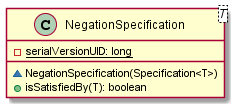
Before: malokhvii-eduard/malokhvii05/doc/plantuml/png/ua.khpi.oop.malokhvii05.common.specification.NegationSpecification.png, a diagram exported from PlantUML (P-Kalin/kit26a). Source of this version:
```plantuml
@startuml

    class NegationSpecification<T> {
        {static} -serialVersionUID: long
        ~NegationSpecification(Specification<T>)
        +isSatisfiedBy(T): boolean
    }

@enduml
```
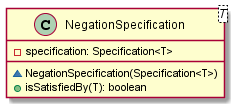
The same file after the commit.

Change to the diagram source:
```diff
@@ -1,7 +1,7 @@
 @startuml
 
     class NegationSpecification<T> {
-        {static} -serialVersionUID: long
+        -specification: Specification<T>
         ~NegationSpecification(Specification<T>)
         +isSatisfiedBy(T): boolean
     }
```
